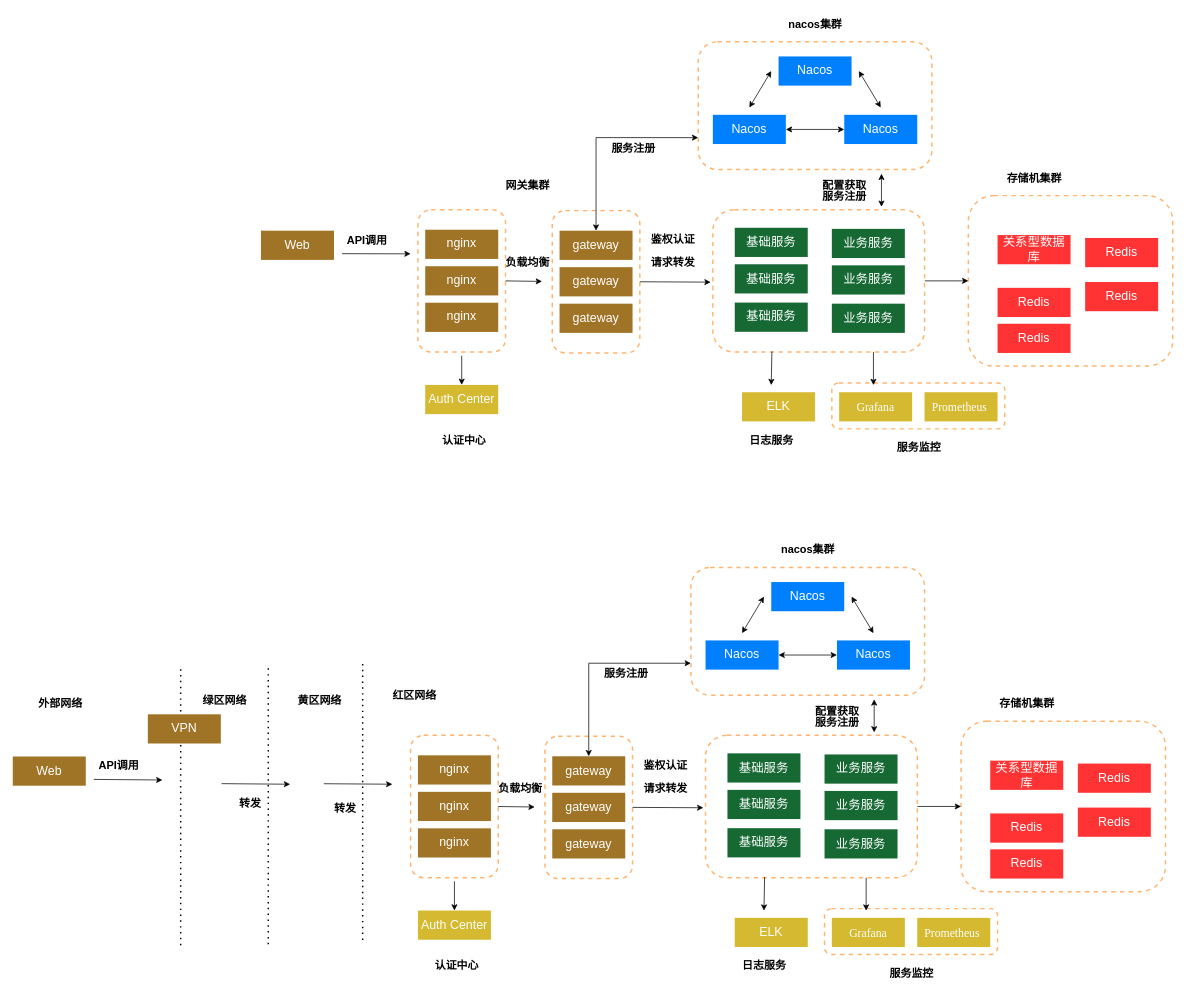
Before: csdb/csdb 部署架构图.drawio in DemonHan/KuickBuy, a draw.io diagram. Source tidied: cells renumbered, new cells numbered last; positions are measured from the earlier drawing's top-left corner, leaving out a move shared by most shapes. Both pictures are drawn from the tidied source at 73%, with x=0, y=0 at pixel (12, 12).
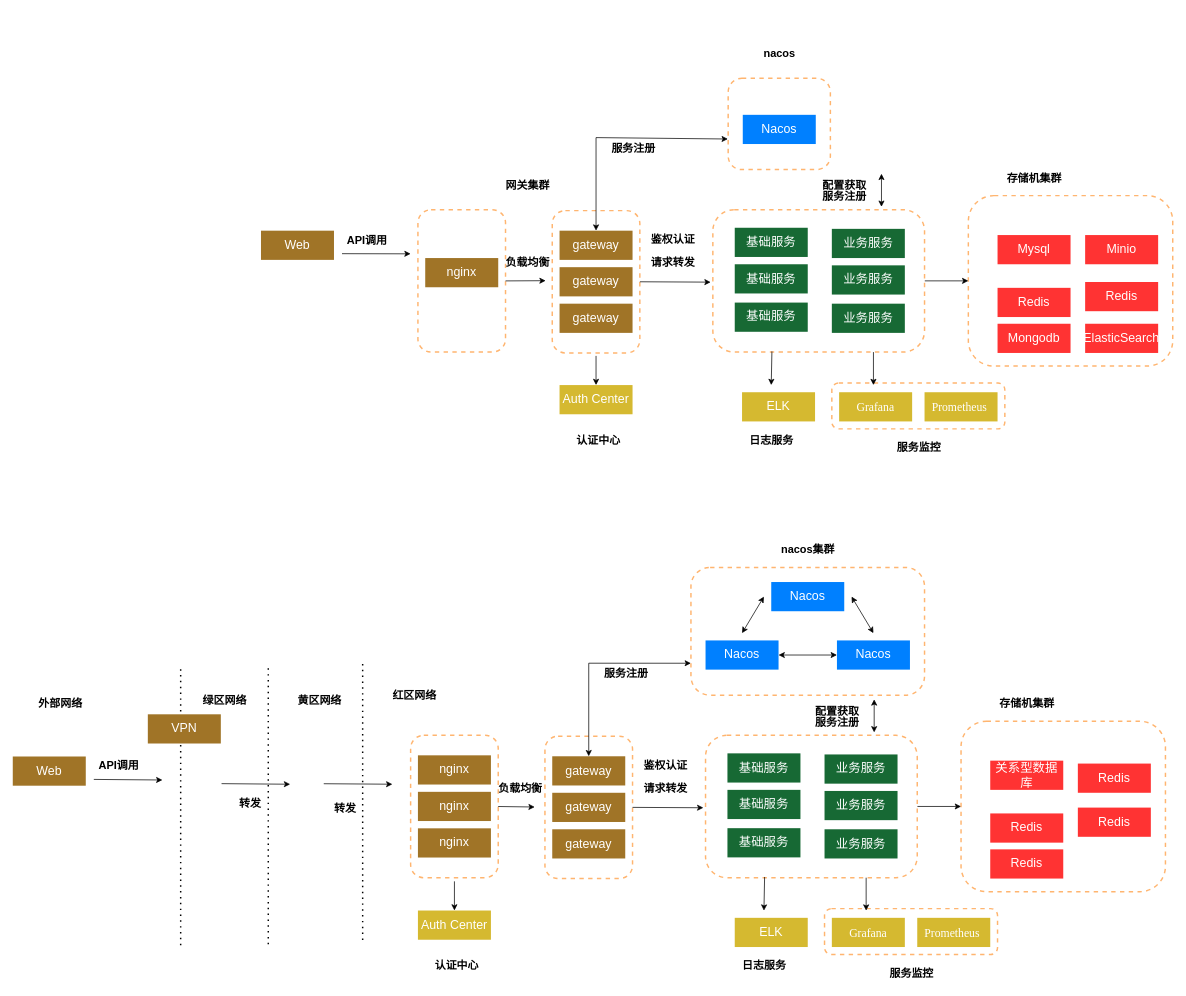
Above is the later version.

Commit message:
更新csdb 部署架构图.drawio

Unchanged cells that the change refers to:
```xml
<mxCell id="38" style="rounded=1;whiteSpace=wrap;html=1;dashed=1;strokeColor=#FFB570;strokeWidth=2;" parent="1" vertex="1">
  <mxGeometry x="555" y="269.8" width="120" height="195" as="geometry" />
</mxCell>
<mxCell id="39" value="&lt;font color=&quot;#ffffff&quot;&gt;gateway&lt;/font&gt;" style="rounded=0;whiteSpace=wrap;html=1;fillColor=#a07427;fontSize=17;strokeColor=none;" parent="1" vertex="1">
  <mxGeometry x="749" y="298.5" width="100" height="40" as="geometry" />
</mxCell>
```

Change to the diagram source:
```diff
@@
-    <mxCell id="5" style="endArrow=classic;startArrow=classic;html=1;rounded=0;entryX=0;entryY=0.75;entryDx=0;entryDy=0;" parent="1" edge="1" source="39" target="16">
+    <mxCell id="5" style="endArrow=classic;startArrow=classic;html=1;rounded=0;entryX=-0.003;entryY=0.665;entryDx=0;entryDy=0;entryPerimeter=0;" parent="1" edge="1" source="39" target="16">
       <mxGeometry relative="1" as="geometry">
         <Array as="points">
           <mxPoint x="799" y="171" />
         </Array>
       </mxGeometry>
     </mxCell>
@@
-    <mxCell id="9" value="nacos集群" style="text;html=1;align=center;verticalAlign=middle;strokeColor=none;fillColor=none;strokeWidth=3;fontSize=15;fontStyle=1;" parent="1" vertex="1">
-      <mxGeometry x="1049" width="100" height="30" as="geometry" />
-    </mxCell>
@@
     <mxCell id="15" style="group;" parent="1" vertex="1">
-      <mxGeometry x="939" y="39.8" width="320" height="175" as="geometry" />
+      <mxGeometry x="980" y="39.8" width="320" height="175" as="geometry" />
     </mxCell>
     <mxCell id="16" style="rounded=1;whiteSpace=wrap;html=1;dashed=1;strokeColor=#FFB570;strokeWidth=2;" parent="15" vertex="1">
-      <mxGeometry width="320" height="175" as="geometry" />
+      <mxGeometry y="50" width="140" height="125" as="geometry" />
     </mxCell>
-    <mxCell id="17" value="&lt;font color=&quot;#ffffff&quot; style=&quot;font-size: 17px;&quot;&gt;Nacos&lt;/font&gt;" style="rounded=0;whiteSpace=wrap;html=1;fillColor=#0080ff;fontSize=17;strokeColor=none;" parent="15" vertex="1">
-      <mxGeometry x="110" y="20" width="100" height="40" as="geometry" />
-    </mxCell>
-    <mxCell id="18" value="&lt;font color=&quot;#ffffff&quot; style=&quot;font-size: 17px;&quot;&gt;Nacos&lt;/font&gt;" style="rounded=0;whiteSpace=wrap;html=1;fillColor=#0080ff;fontSize=17;strokeColor=none;" parent="15" vertex="1">
-      <mxGeometry x="200" y="100" width="100" height="40" as="geometry" />
-    </mxCell>
@@
-    <mxCell id="20" style="endArrow=classic;startArrow=classic;html=1;rounded=0;" parent="15" edge="1">
-      <mxGeometry relative="1" as="geometry">
-        <mxPoint x="70" y="90" as="sourcePoint" />
-        <mxPoint x="100" y="40" as="targetPoint" />
-      </mxGeometry>
-    </mxCell>
-    <mxCell id="21" style="endArrow=classic;startArrow=classic;html=1;rounded=0;" parent="15" edge="1">
-      <mxGeometry relative="1" as="geometry">
-        <mxPoint x="250" y="90" as="sourcePoint" />
-        <mxPoint x="220" y="40" as="targetPoint" />
-      </mxGeometry>
-    </mxCell>
-    <mxCell id="22" style="endArrow=classic;startArrow=classic;html=1;rounded=0;" parent="15" edge="1">
-      <mxGeometry relative="1" as="geometry">
-        <mxPoint x="200" y="120" as="sourcePoint" />
-        <mxPoint x="120" y="120" as="targetPoint" />
-      </mxGeometry>
-    </mxCell>
+    <mxCell id="9" value="nacos" style="text;html=1;align=center;verticalAlign=middle;strokeColor=none;fillColor=none;strokeWidth=3;fontSize=15;fontStyle=1;" parent="15" vertex="1">
+      <mxGeometry x="40" width="60" height="30" as="geometry" />
+    </mxCell>
@@
     <mxCell id="24" value="&lt;font color=&quot;#ffffff&quot;&gt;Auth Center&lt;/font&gt;" style="rounded=0;whiteSpace=wrap;html=1;fillColor=#d5b930;fontSize=17;strokeColor=none;" parent="1" vertex="1">
-      <mxGeometry x="565" y="509.8" width="100" height="40" as="geometry" />
+      <mxGeometry x="749" y="510" width="100" height="40" as="geometry" />
     </mxCell>
     <mxCell id="25" style="endArrow=classic;html=1;rounded=0;entryX=0.5;entryY=0;entryDx=0;entryDy=0;" parent="1" edge="1" target="24">
       <mxGeometry relative="1" as="geometry">
-        <mxPoint x="615" y="469.8" as="sourcePoint" />
+        <mxPoint x="799" y="470" as="sourcePoint" />
       </mxGeometry>
     </mxCell>
     <mxCell id="26" value="认证中心" style="text;html=1;align=center;verticalAlign=middle;strokeColor=none;fillColor=none;strokeWidth=3;fontSize=15;fontStyle=1;" parent="1" vertex="1">
-      <mxGeometry x="578" y="569.8" width="80" height="30" as="geometry" />
+      <mxGeometry x="762" y="570" width="80" height="30" as="geometry" />
     </mxCell>
@@
-    <mxCell id="33" value="&lt;font color=&quot;#ffffff&quot;&gt;关系型数据库&lt;/font&gt;" style="rounded=0;whiteSpace=wrap;html=1;fillColor=#FF3333;fontSize=17;strokeColor=none;" parent="1" vertex="1">
+    <mxCell id="33" value="&lt;font color=&quot;#ffffff&quot;&gt;Mysql&lt;/font&gt;" style="rounded=0;whiteSpace=wrap;html=1;fillColor=#FF3333;fontSize=17;strokeColor=none;" parent="1" vertex="1">
       <mxGeometry x="1349" y="304.5" width="100" height="40" as="geometry" />
     </mxCell>
@@
     <mxCell id="42" value="&lt;font color=&quot;#ffffff&quot;&gt;nginx&lt;/font&gt;" style="rounded=0;whiteSpace=wrap;html=1;fillColor=#a07427;fontSize=17;strokeColor=none;" parent="1" vertex="1">
-      <mxGeometry x="565" y="297.2" width="100" height="40" as="geometry" />
+      <mxGeometry x="565" y="336" width="100" height="40" as="geometry" />
     </mxCell>
-    <mxCell id="43" value="&lt;span style=&quot;color: rgb(255, 255, 255);&quot;&gt;nginx&lt;/span&gt;" style="rounded=0;whiteSpace=wrap;html=1;fillColor=#a07427;fontSize=17;strokeColor=none;" parent="1" vertex="1">
-      <mxGeometry x="565" y="347.2" width="100" height="40" as="geometry" />
-    </mxCell>
-    <mxCell id="44" value="&lt;span style=&quot;color: rgb(255, 255, 255);&quot;&gt;nginx&lt;/span&gt;" style="rounded=0;whiteSpace=wrap;html=1;fillColor=#a07427;fontSize=17;strokeColor=none;" parent="1" vertex="1">
-      <mxGeometry x="565" y="397.2" width="100" height="40" as="geometry" />
-    </mxCell>
@@
     <mxCell id="46" style="endArrow=classic;html=1;rounded=0;exitX=1;exitY=0.5;exitDx=0;exitDy=0;" parent="1" edge="1" source="38">
       <mxGeometry relative="1" as="geometry">
-        <mxPoint x="725" y="368" as="targetPoint" />
+        <mxPoint x="730" y="367" as="targetPoint" />
       </mxGeometry>
     </mxCell>
@@
-    <mxCell id="51" value="&lt;font color=&quot;#ffffff&quot;&gt;Redis&lt;/font&gt;" style="rounded=0;whiteSpace=wrap;html=1;fillColor=#FF3333;fontSize=17;strokeColor=none;" parent="1" vertex="1">
+    <mxCell id="51" value="&lt;font color=&quot;#ffffff&quot;&gt;Mongodb&lt;/font&gt;" style="rounded=0;whiteSpace=wrap;html=1;fillColor=#FF3333;fontSize=17;strokeColor=none;" parent="1" vertex="1">
       <mxGeometry x="1349" y="426" width="100" height="40" as="geometry" />
     </mxCell>
-    <mxCell id="52" value="&lt;font color=&quot;#ffffff&quot;&gt;Redis&lt;/font&gt;" style="rounded=0;whiteSpace=wrap;html=1;fillColor=#FF3333;fontSize=17;strokeColor=none;" parent="1" vertex="1">
-      <mxGeometry x="1469" y="308.5" width="100" height="40" as="geometry" />
+    <mxCell id="52" value="&lt;font color=&quot;#ffffff&quot;&gt;Minio&lt;/font&gt;" style="rounded=0;whiteSpace=wrap;html=1;fillColor=#FF3333;fontSize=17;strokeColor=none;" parent="1" vertex="1">
+      <mxGeometry x="1469" y="304.5" width="100" height="40" as="geometry" />
     </mxCell>
@@
+    <mxCell id="127" value="&lt;font color=&quot;#ffffff&quot;&gt;ElasticSearch&lt;/font&gt;" style="rounded=0;whiteSpace=wrap;html=1;fillColor=#FF3333;fontSize=17;strokeColor=none;" parent="1" vertex="1">
+      <mxGeometry x="1469" y="426" width="100" height="40" as="geometry" />
+    </mxCell>
```
